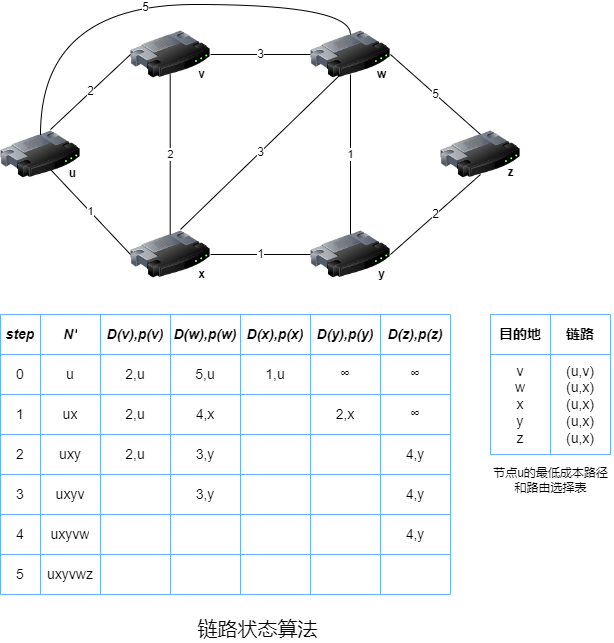
Earlier version of the draw.io export computer-networking/img/link_state_algorithm_in_operation.png (an-die-freude/computer-network-note). Source tidied: cells renumbered, new cells last; positions are measured from the earlier drawing's top-left corner, leaving out a move shared by most shapes.
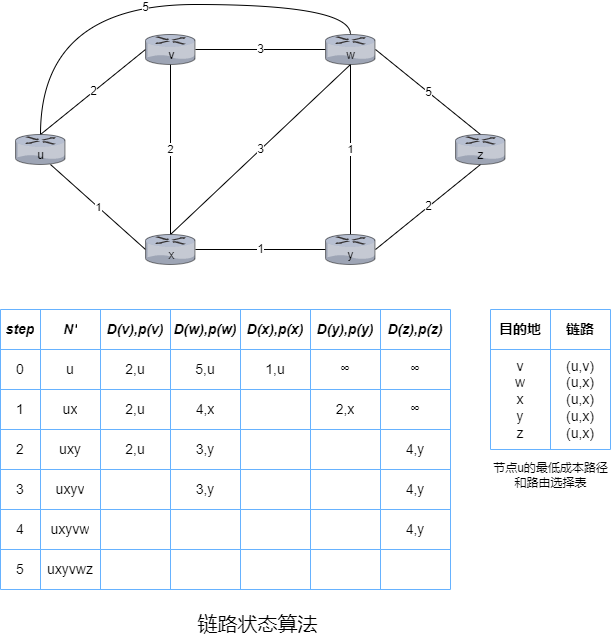
The same file after the commit.

What changed in the source:
```diff
@@ -2,98 +2,68 @@
   <root>
     <mxCell id="0" />
     <mxCell id="1" parent="0" />
-    <mxCell id="2" style="image;html=1;image=img/lib/clip_art/networking/Router_128x128.png;" parent="1" vertex="1">
-      <mxGeometry y="110" width="80" height="80" as="geometry" />
-    </mxCell>
-    <mxCell id="3" value="3" style="edgeStyle=none;rounded=0;jettySize=auto;html=1;entryX=0;entryY=0.5;entryDx=0;entryDy=0;endArrow=none;endFill=0;fontSize=12;fontStyle=0;" parent="1" edge="1" source="4" target="8">
-      <mxGeometry relative="1" as="geometry" />
+    <mxCell id="3" value="3" style="edgeStyle=none;rounded=0;orthogonalLoop=1;jettySize=auto;html=1;entryX=0;entryY=0.5;entryDx=0;entryDy=0;endArrow=none;endFill=0;fontSize=12;fontStyle=0;" parent="1" edge="1">
+      <mxGeometry relative="1" as="geometry">
+        <mxPoint x="195" y="50" as="sourcePoint" />
+        <mxPoint x="325" y="50" as="targetPoint" />
+      </mxGeometry>
     </mxCell>
-    <mxCell id="4" style="image;html=1;image=img/lib/clip_art/networking/Router_128x128.png;" parent="1" vertex="1">
-      <mxGeometry x="130" y="10" width="80" height="80" as="geometry" />
-    </mxCell>
-    <mxCell id="5" value="1" style="edgeStyle=none;rounded=0;jettySize=auto;html=1;entryX=0;entryY=0.5;entryDx=0;entryDy=0;endArrow=none;endFill=0;fontStyle=0;fontSize=12;" parent="1" edge="1" source="6" target="7">
-      <mxGeometry relative="1" as="geometry" />
+    <mxCell id="5" value="1" style="edgeStyle=none;rounded=0;orthogonalLoop=1;jettySize=auto;html=1;entryX=0;entryY=0.5;entryDx=0;entryDy=0;endArrow=none;endFill=0;fontStyle=0;fontSize=12;" parent="1" edge="1">
+      <mxGeometry relative="1" as="geometry">
+        <mxPoint x="195" y="250" as="sourcePoint" />
+        <mxPoint x="325" y="250" as="targetPoint" />
+      </mxGeometry>
     </mxCell>
-    <mxCell id="6" style="image;html=1;image=img/lib/clip_art/networking/Router_128x128.png;" parent="1" vertex="1">
-      <mxGeometry x="130" y="210" width="80" height="80" as="geometry" />
-    </mxCell>
-    <mxCell id="7" style="image;html=1;image=img/lib/clip_art/networking/Router_128x128.png;" parent="1" vertex="1">
-      <mxGeometry x="310" y="210" width="80" height="80" as="geometry" />
-    </mxCell>
-    <mxCell id="8" style="image;html=1;image=img/lib/clip_art/networking/Router_128x128.png;" parent="1" vertex="1">
-      <mxGeometry x="310" y="10" width="80" height="80" as="geometry" />
-    </mxCell>
-    <mxCell id="9" style="image;html=1;image=img/lib/clip_art/networking/Router_128x128.png;direction=east;" parent="1" vertex="1">
-      <mxGeometry x="440" y="110" width="80" height="80" as="geometry" />
-    </mxCell>
     <mxCell id="10" value="2" style="endArrow=none;html=1;rounded=0;fontSize=12;fontStyle=0;" parent="1" edge="1">
       <mxGeometry relative="1" as="geometry">
-        <mxPoint x="50" y="125" as="sourcePoint" />
-        <mxPoint x="130" y="50" as="targetPoint" />
+        <mxPoint x="40" y="135" as="sourcePoint" />
+        <mxPoint x="145" y="50" as="targetPoint" />
       </mxGeometry>
     </mxCell>
     <mxCell id="11" value="1" style="endArrow=none;html=1;rounded=0;" parent="1" edge="1">
       <mxGeometry relative="1" as="geometry">
         <mxPoint x="50" y="165" as="sourcePoint" />
-        <mxPoint x="130" y="250" as="targetPoint" />
+        <mxPoint x="145" y="250" as="targetPoint" />
       </mxGeometry>
     </mxCell>
-    <mxCell id="12" value="u" style="text;html=1;align=center;verticalAlign=middle;strokeColor=none;fillColor=none;fontStyle=1;" parent="1" vertex="1">
-      <mxGeometry x="63" y="160" width="17" height="18" as="geometry" />
-    </mxCell>
-    <mxCell id="13" value="v" style="text;html=1;align=center;verticalAlign=middle;strokeColor=none;fillColor=none;fontStyle=1;" parent="1" vertex="1">
-      <mxGeometry x="192" y="61" width="17" height="18" as="geometry" />
-    </mxCell>
-    <mxCell id="14" value="w" style="text;html=1;align=center;verticalAlign=middle;strokeColor=none;fillColor=none;fontStyle=1;" parent="1" vertex="1">
-      <mxGeometry x="371" y="61" width="19" height="18" as="geometry" />
-    </mxCell>
-    <mxCell id="15" value="x" style="text;html=1;align=center;verticalAlign=middle;strokeColor=none;fillColor=none;fontStyle=1;" parent="1" vertex="1">
-      <mxGeometry x="192" y="261" width="17" height="18" as="geometry" />
-    </mxCell>
-    <mxCell id="16" value="y" style="text;html=1;align=center;verticalAlign=middle;strokeColor=none;fillColor=none;fontStyle=1;" parent="1" vertex="1">
-      <mxGeometry x="372" y="261" width="17" height="18" as="geometry" />
-    </mxCell>
-    <mxCell id="17" value="z" style="text;html=1;align=center;verticalAlign=middle;strokeColor=none;fillColor=none;fontStyle=1;" parent="1" vertex="1">
-      <mxGeometry x="502" y="159" width="16" height="18" as="geometry" />
-    </mxCell>
     <mxCell id="18" value="5" style="endArrow=none;html=1;rounded=0;fontSize=12;fontStyle=0;" parent="1" edge="1">
       <mxGeometry relative="1" as="geometry">
-        <mxPoint x="390" y="50" as="sourcePoint" />
-        <mxPoint x="480" y="130" as="targetPoint" />
+        <mxPoint x="375" y="50" as="sourcePoint" />
+        <mxPoint x="480" y="135" as="targetPoint" />
       </mxGeometry>
     </mxCell>
     <mxCell id="19" value="2" style="endArrow=none;html=1;rounded=0;fontSize=12;fontStyle=0;" parent="1" edge="1">
       <mxGeometry relative="1" as="geometry">
-        <mxPoint x="390" y="250" as="sourcePoint" />
-        <mxPoint x="480" y="170" as="targetPoint" />
+        <mxPoint x="375" y="250" as="sourcePoint" />
+        <mxPoint x="480" y="165" as="targetPoint" />
       </mxGeometry>
     </mxCell>
     <mxCell id="20" value="5" style="endArrow=none;html=1;curved=1;fontSize=12;fontStyle=0;" parent="1" edge="1">
       <mxGeometry y="-3" relative="1" as="geometry">
-        <mxPoint x="40" y="130" as="sourcePoint" />
-        <mxPoint x="350" y="30" as="targetPoint" />
+        <mxPoint x="40" y="135" as="sourcePoint" />
+        <mxPoint x="350" y="35" as="targetPoint" />
         <Array as="points">
-          <mxPoint x="40" />
-          <mxPoint x="350" />
+          <mxPoint x="40" y="5" />
+          <mxPoint x="350" y="5" />
         </Array>
       </mxGeometry>
     </mxCell>
     <mxCell id="21" value="2" style="endArrow=none;html=1;rounded=0;" parent="1" edge="1">
       <mxGeometry relative="1" as="geometry">
-        <mxPoint x="169.7" y="230" as="sourcePoint" />
-        <mxPoint x="169.7" y="70" as="targetPoint" />
+        <mxPoint x="170" y="235" as="sourcePoint" />
+        <mxPoint x="170" y="65" as="targetPoint" />
       </mxGeometry>
     </mxCell>
     <mxCell id="22" value="1" style="endArrow=none;html=1;rounded=0;" parent="1" edge="1">
       <mxGeometry relative="1" as="geometry">
-        <mxPoint x="350" y="230" as="sourcePoint" />
-        <mxPoint x="350" y="70" as="targetPoint" />
+        <mxPoint x="350" y="235" as="sourcePoint" />
+        <mxPoint x="350" y="65" as="targetPoint" />
       </mxGeometry>
     </mxCell>
     <mxCell id="23" value="3" style="endArrow=none;html=1;rounded=0;fontSize=12;fontStyle=0;" parent="1" edge="1">
       <mxGeometry relative="1" as="geometry">
-        <mxPoint x="180" y="225" as="sourcePoint" />
-        <mxPoint x="340" y="70" as="targetPoint" />
+        <mxPoint x="170" y="235" as="sourcePoint" />
+        <mxPoint x="350" y="65" as="targetPoint" />
       </mxGeometry>
     </mxCell>
     <mxCell id="24" style="shape=table;startSize=0;strokeColor=#66B2FF;fillColor=none;" parent="1" vertex="1">
@@ -294,5 +264,41 @@
     <mxCell id="89" value="节点u的最低成本路径&lt;br&gt;和路由选择表" style="text;html=1;align=center;verticalAlign=middle;strokeColor=none;fillColor=none;" parent="1" vertex="1">
       <mxGeometry x="487.5" y="460" width="125" height="32" as="geometry" />
     </mxCell>
+    <mxCell id="90" style="verticalLabelPosition=bottom;sketch=0;html=1;verticalAlign=top;strokeColor=none;align=center;shape=mxgraph.citrix.router;" parent="1" vertex="1">
+      <mxGeometry x="145" y="35" width="50" height="30" as="geometry" />
+    </mxCell>
+    <mxCell id="91" style="verticalLabelPosition=bottom;sketch=0;html=1;verticalAlign=top;strokeColor=none;align=center;shape=mxgraph.citrix.router;" parent="1" vertex="1">
+      <mxGeometry x="325" y="35" width="50" height="30" as="geometry" />
+    </mxCell>
+    <mxCell id="92" style="verticalLabelPosition=bottom;sketch=0;html=1;verticalAlign=top;strokeColor=none;align=center;shape=mxgraph.citrix.router;" parent="1" vertex="1">
+      <mxGeometry x="455" y="135" width="50" height="30" as="geometry" />
+    </mxCell>
+    <mxCell id="93" style="verticalLabelPosition=bottom;sketch=0;html=1;verticalAlign=top;strokeColor=none;align=center;shape=mxgraph.citrix.router;" parent="1" vertex="1">
+      <mxGeometry x="325" y="235" width="50" height="30" as="geometry" />
+    </mxCell>
+    <mxCell id="94" style="verticalLabelPosition=bottom;sketch=0;html=1;verticalAlign=top;strokeColor=none;align=center;shape=mxgraph.citrix.router;" parent="1" vertex="1">
+      <mxGeometry x="145" y="235" width="50" height="30" as="geometry" />
+    </mxCell>
+    <mxCell id="95" style="verticalLabelPosition=bottom;sketch=0;html=1;verticalAlign=top;strokeColor=none;align=center;shape=mxgraph.citrix.router;" parent="1" vertex="1">
+      <mxGeometry x="15" y="135" width="50" height="30" as="geometry" />
+    </mxCell>
+    <mxCell id="13" value="v" style="text;html=1;align=center;verticalAlign=middle;strokeColor=none;fillColor=none;fontStyle=0;" parent="1" vertex="1">
+      <mxGeometry x="162.5" y="47" width="16" height="18" as="geometry" />
+    </mxCell>
+    <mxCell id="14" value="w" style="text;html=1;align=center;verticalAlign=middle;strokeColor=none;fillColor=none;fontStyle=0;" parent="1" vertex="1">
+      <mxGeometry x="340.5" y="47" width="19" height="18" as="geometry" />
+    </mxCell>
+    <mxCell id="12" value="u" style="text;html=1;align=center;verticalAlign=middle;strokeColor=none;fillColor=none;fontStyle=0;" parent="1" vertex="1">
+      <mxGeometry x="31.5" y="147" width="17" height="18" as="geometry" />
+    </mxCell>
+    <mxCell id="15" value="x" style="text;html=1;align=center;verticalAlign=middle;strokeColor=none;fillColor=none;fontStyle=0;" parent="1" vertex="1">
+      <mxGeometry x="162.5" y="247" width="16" height="18" as="geometry" />
+    </mxCell>
+    <mxCell id="16" value="y" style="text;html=1;align=center;verticalAlign=middle;strokeColor=none;fillColor=none;fontStyle=0;" parent="1" vertex="1">
+      <mxGeometry x="342" y="247" width="16" height="18" as="geometry" />
+    </mxCell>
+    <mxCell id="17" value="z" style="text;html=1;align=center;verticalAlign=middle;strokeColor=none;fillColor=none;fontStyle=0;" parent="1" vertex="1">
+      <mxGeometry x="472" y="147" width="16" height="18" as="geometry" />
+    </mxCell>
   </root>
 </mxGraphModel>
```
